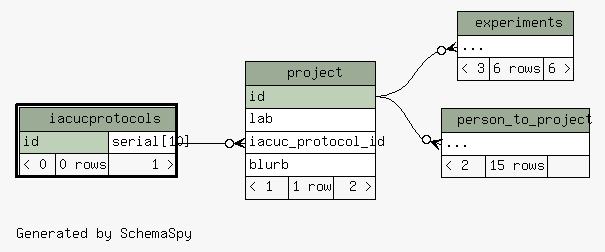
The Graphviz diagram database/ss/diagrams/iacucprotocols.2degrees.png in tgbugs/mlab, before a commit. Its source is kept beside it as database/ss/diagrams/iacucprotocols.2degrees.dot.
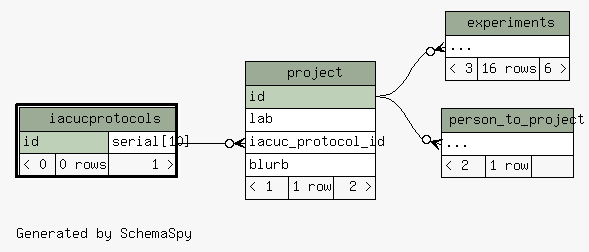
Above is the later version.

What changed in the source:
```diff
@@ -25,7 +25,7 @@
     <TABLE BORDER="0" CELLBORDER="1" CELLSPACING="0" BGCOLOR="#ffffff">
       <TR><TD COLSPAN="3" BGCOLOR="#9bab96" ALIGN="CENTER">experiments</TD></TR>
       <TR><TD PORT="elipses" COLSPAN="3" ALIGN="LEFT">...</TD></TR>
-      <TR><TD ALIGN="LEFT" BGCOLOR="#f7f7f7">&lt; 3</TD><TD ALIGN="RIGHT" BGCOLOR="#f7f7f7">6 rows</TD><TD ALIGN="RIGHT" BGCOLOR="#f7f7f7">6 &gt;</TD></TR>
+      <TR><TD ALIGN="LEFT" BGCOLOR="#f7f7f7">&lt; 3</TD><TD ALIGN="RIGHT" BGCOLOR="#f7f7f7">16 rows</TD><TD ALIGN="RIGHT" BGCOLOR="#f7f7f7">6 &gt;</TD></TR>
     </TABLE>>
     URL="experiments.html"
     tooltip="experiments"
@@ -45,7 +45,7 @@
     <TABLE BORDER="0" CELLBORDER="1" CELLSPACING="0" BGCOLOR="#ffffff">
       <TR><TD COLSPAN="3" BGCOLOR="#9bab96" ALIGN="CENTER">person_to_project</TD></TR>
       <TR><TD PORT="elipses" COLSPAN="3" ALIGN="LEFT">...</TD></TR>
-      <TR><TD ALIGN="LEFT" BGCOLOR="#f7f7f7">&lt; 2</TD><TD ALIGN="RIGHT" BGCOLOR="#f7f7f7">15 rows</TD><TD ALIGN="RIGHT" BGCOLOR="#f7f7f7">  </TD></TR>
+      <TR><TD ALIGN="LEFT" BGCOLOR="#f7f7f7">&lt; 2</TD><TD ALIGN="RIGHT" BGCOLOR="#f7f7f7">1 row</TD><TD ALIGN="RIGHT" BGCOLOR="#f7f7f7">  </TD></TR>
     </TABLE>>
     URL="person_to_project.html"
     tooltip="person_to_project"
```
